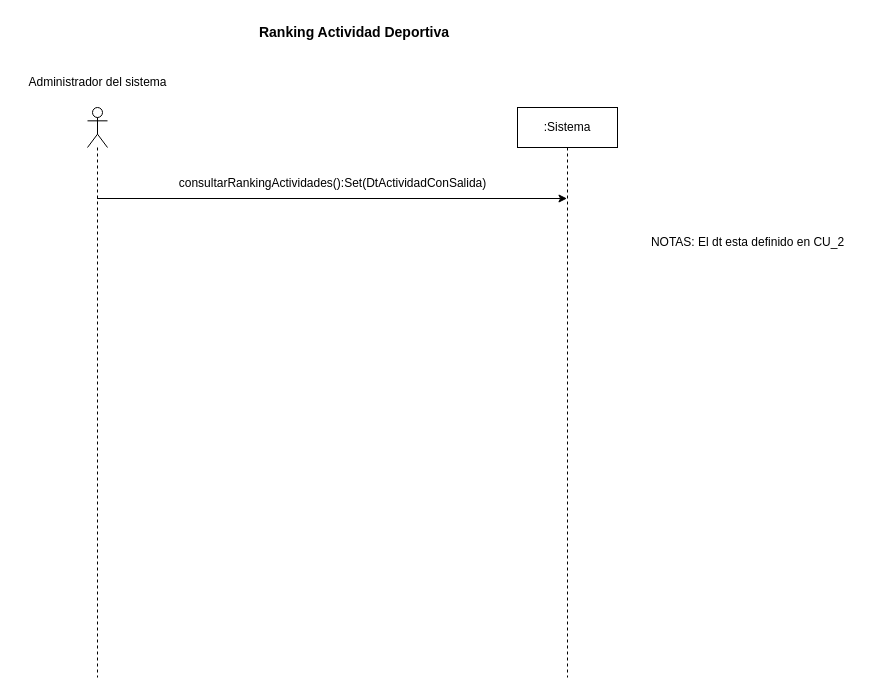
Before: page "CU11_RankingActividadTuristica" (11 of 11) of resources/Tarea1.drawio in rofernandezm/Tencnoinf_Pap2025_Tarea1, a draw.io diagram. Source tidied: cells renumbered, new cells numbered last; positions are measured from the earlier drawing's top-left corner, leaving out a move shared by most shapes. Both pictures are drawn from the tidied source at 100%, with x=0, y=0 at pixel (17, 17).
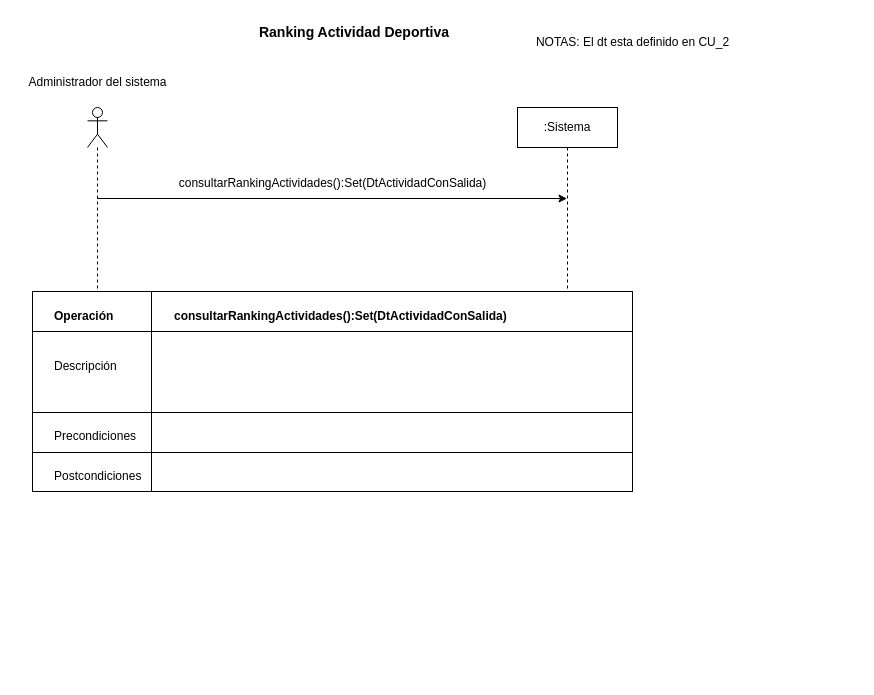
After the change.

Diff of the diagram source:
```diff
@@
-    <mxCell id="2" style="shape=umlLifeline;perimeter=lifelinePerimeter;whiteSpace=wrap;html=1;newEdgeStyle={&quot;curved&quot;:0,&quot;rounded&quot;:0};participant=umlActor;" parent="1" vertex="1">
-      <mxGeometry x="70" y="90" width="20" height="570" as="geometry" />
-    </mxCell>
+    <mxCell id="9" style="shape=umlLifeline;perimeter=lifelinePerimeter;whiteSpace=wrap;html=1;newEdgeStyle={&quot;curved&quot;:0,&quot;rounded&quot;:0};participant=umlActor;" parent="1" vertex="1">
+      <mxGeometry x="70" y="90" width="20" height="360" as="geometry" />
+    </mxCell>
     <mxCell id="3" value=":Sistema" style="shape=umlLifeline;perimeter=lifelinePerimeter;whiteSpace=wrap;html=1;newEdgeStyle={&quot;curved&quot;:0,&quot;rounded&quot;:0};" parent="1" vertex="1">
-      <mxGeometry x="500" y="90" width="100" height="570" as="geometry" />
+      <mxGeometry x="500" y="90" width="100" height="370" as="geometry" />
     </mxCell>
@@
-    <mxCell id="6" style="endArrow=classic;html=1;rounded=0;" parent="1" edge="1">
-      <mxGeometry relative="1" as="geometry">
-        <mxPoint x="79.6" y="181" as="sourcePoint" />
-        <mxPoint x="549.5" y="181" as="targetPoint" />
-      </mxGeometry>
-    </mxCell>
+    <mxCell id="10" style="endArrow=classic;html=1;rounded=0;" parent="1" edge="1">
+      <mxGeometry relative="1" as="geometry">
+        <mxPoint x="79.6" y="181" as="sourcePoint" />
+        <mxPoint x="549.5" y="181" as="targetPoint" />
+      </mxGeometry>
+    </mxCell>
@@
     <mxCell id="8" value="NOTAS: El dt esta definido en CU_2" style="text;html=1;align=center;verticalAlign=middle;strokeColor=none;fillColor=none;" parent="1" vertex="1">
-      <mxGeometry x="620" y="210" width="220" height="30" as="geometry" />
+      <mxGeometry x="505" y="10" width="220" height="30" as="geometry" />
     </mxCell>
+    <mxCell id="11" style="rounded=0;whiteSpace=wrap;html=1;" parent="1" vertex="1">
+      <mxGeometry x="15" y="274" width="600" height="200" as="geometry" />
+    </mxCell>
+    <mxCell id="12" style="endArrow=none;html=1;rounded=0;" parent="1" edge="1">
+      <mxGeometry relative="1" as="geometry">
+        <mxPoint x="15" y="314" as="sourcePoint" />
+        <mxPoint x="615" y="314" as="targetPoint" />
+      </mxGeometry>
+    </mxCell>
+    <mxCell id="13" style="endArrow=none;html=1;rounded=0;" parent="1" edge="1">
+      <mxGeometry relative="1" as="geometry">
+        <mxPoint x="15" y="395" as="sourcePoint" />
+        <mxPoint x="615" y="395" as="targetPoint" />
+      </mxGeometry>
+    </mxCell>
+    <mxCell id="14" style="endArrow=none;html=1;rounded=0;" parent="1" edge="1">
+      <mxGeometry relative="1" as="geometry">
+        <mxPoint x="15" y="435" as="sourcePoint" />
+        <mxPoint x="615" y="435" as="targetPoint" />
+      </mxGeometry>
+    </mxCell>
+    <mxCell id="15" style="endArrow=none;html=1;rounded=0;" parent="1" edge="1">
+      <mxGeometry relative="1" as="geometry">
+        <mxPoint x="134" y="474" as="sourcePoint" />
+        <mxPoint x="134" y="274" as="targetPoint" />
+      </mxGeometry>
+    </mxCell>
+    <mxCell id="16" value="Operación" style="text;html=1;align=left;verticalAlign=middle;whiteSpace=wrap;rounded=0;fontStyle=1;" parent="1" vertex="1">
+      <mxGeometry x="35" y="284" width="80" height="30" as="geometry" />
+    </mxCell>
+    <mxCell id="17" value="Descripción" style="text;html=1;align=left;verticalAlign=middle;whiteSpace=wrap;rounded=0;" parent="1" vertex="1">
+      <mxGeometry x="35" y="334" width="80" height="30" as="geometry" />
+    </mxCell>
+    <mxCell id="18" value="Precondiciones" style="text;html=1;align=left;verticalAlign=middle;whiteSpace=wrap;rounded=0;" parent="1" vertex="1">
+      <mxGeometry x="35" y="404" width="80" height="30" as="geometry" />
+    </mxCell>
+    <mxCell id="19" value="Postcondiciones" style="text;html=1;align=left;verticalAlign=middle;whiteSpace=wrap;rounded=0;" parent="1" vertex="1">
+      <mxGeometry x="35" y="444" width="80" height="30" as="geometry" />
+    </mxCell>
+    <mxCell id="20" value="&lt;span style=&quot;text-align: center; text-wrap-mode: nowrap;&quot;&gt;consultarRankingActividades():Set(DtActividadConSalida)&lt;/span&gt;" style="text;html=1;align=left;verticalAlign=middle;whiteSpace=wrap;rounded=0;fontStyle=1;" parent="1" vertex="1">
+      <mxGeometry x="155" y="284" width="340" height="30" as="geometry" />
+    </mxCell>
```
